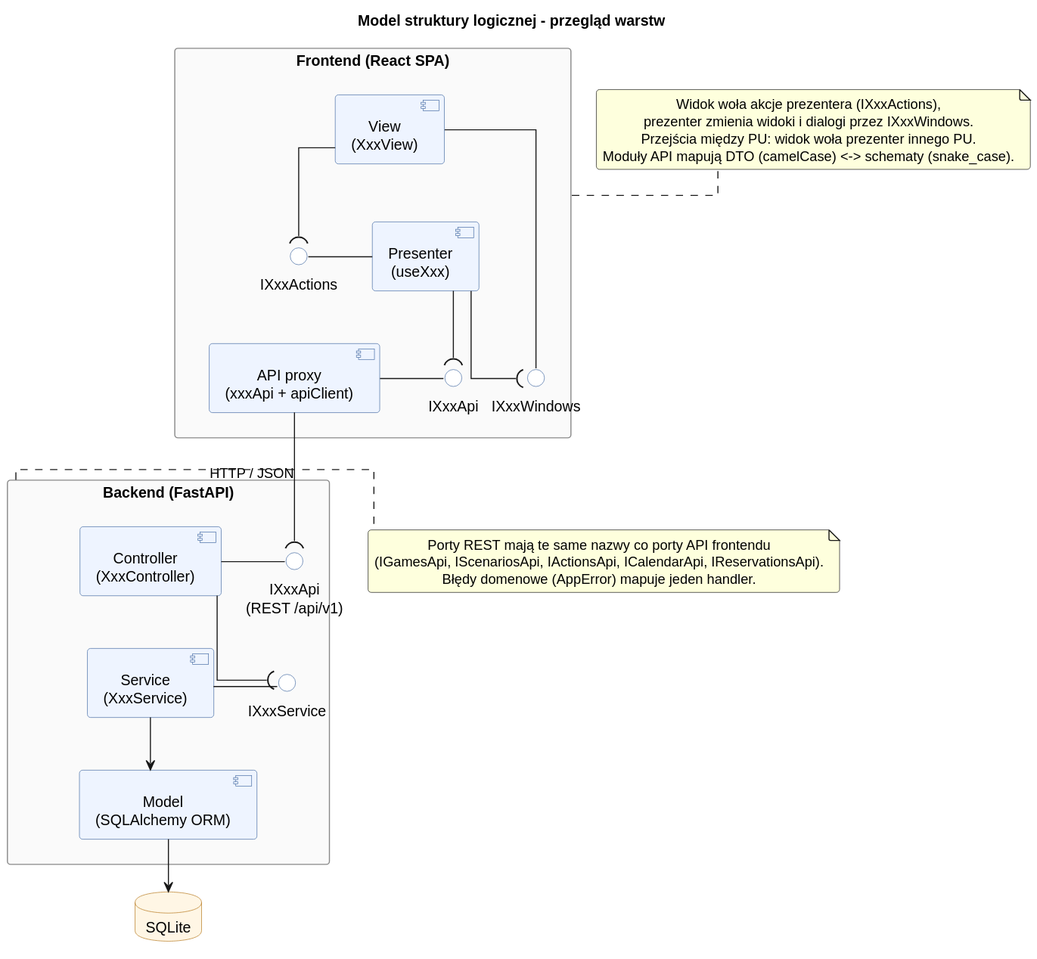
The PlantUML diagram diagrams/rendered/logic_structure_model.svg in Igor-Ochocki/POP-2026Z, before a commit.
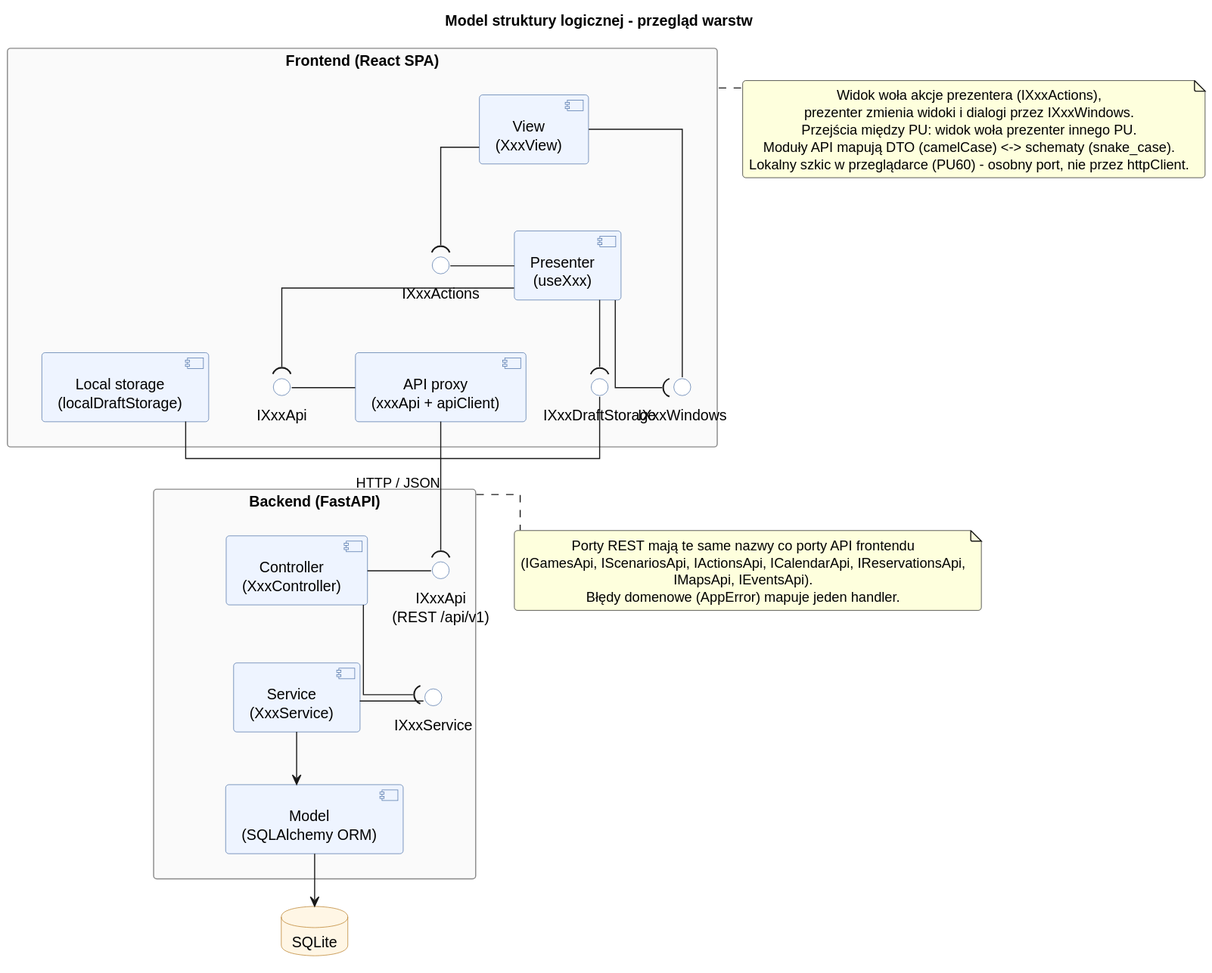
Above is the later version.

The edit, as a diff of the source:
```diff
@@ -33,6 +33,8 @@
     () "IXxxActions" as IA
     () "IXxxWindows" as IW
     () "IXxxApi" as IAPI
+    component "Local storage\n(localDraftStorage)" as LS
+    () "IXxxDraftStorage" as ILS
 
     P - IA
     V - IW
@@ -40,6 +42,8 @@
     V --( IA
     P --( IW
     P --( IAPI
+    LS - ILS
+    P --( ILS
 }
 
 package "Backend (FastAPI)" as BE {
@@ -65,11 +69,13 @@
     prezenter zmienia widoki i dialogi przez IXxxWindows.
     Przejścia między PU: widok woła prezenter innego PU.
     Moduły API mapują DTO (camelCase) <-> schematy (snake_case).
+    Lokalny szkic w przeglądarce (PU60) - osobny port, nie przez httpClient.
 end note
 
 note right of BE
     Porty REST mają te same nazwy co porty API frontendu
-    (IGamesApi, IScenariosApi, IActionsApi, ICalendarApi, IReservationsApi).
+    (IGamesApi, IScenariosApi, IActionsApi, ICalendarApi, IReservationsApi,
+    IMapsApi, IEventsApi).
     Błędy domenowe (AppError) mapuje jeden handler.
 end note
 @enduml
```
